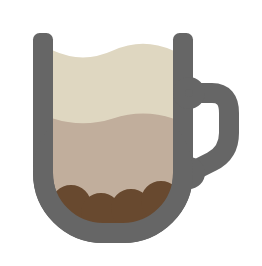
Before: pictures/MuT.drawio in MicroTranslator/MuT, a draw.io diagram. Source tidied: cells renumbered, new cells numbered last; positions are measured from the earlier drawing's top-left corner, leaving out a move shared by most shapes. Both pictures are drawn from the tidied source at 200%, with x=0, y=0 at pixel (32, 32).
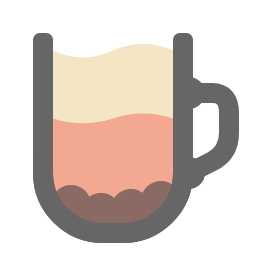
Above is the later version.

Change to the diagram source:
```diff
@@
 <mxGraphModel>
   <root>
     <mxCell id="0" />
     <mxCell id="1" parent="0" />
     <mxCell id="2" style="rounded=0;whiteSpace=wrap;html=1;strokeWidth=5;strokeColor=none;" parent="1" vertex="1">
       <mxGeometry y="20" width="80" height="70" as="geometry" />
     </mxCell>
     <mxCell id="3" style="rounded=1;whiteSpace=wrap;html=1;strokeWidth=12;strokeColor=none;fillColor=#C1AE9C;fontColor=#333333;" parent="1" vertex="1">
       <mxGeometry x="5" y="20" width="70" height="50" as="geometry" />
     </mxCell>
-    <mxCell id="4" style="rounded=1;whiteSpace=wrap;html=1;strokeWidth=10;fillColor=#C1AE9C;fontColor=#333333;strokeColor=#666666;arcSize=50;" parent="1" vertex="1">
+    <mxCell id="4" style="rounded=1;whiteSpace=wrap;html=1;strokeWidth=10;fillColor=#F3A991;fontColor=#333333;strokeColor=#666666;arcSize=50;" parent="1" vertex="1">
       <mxGeometry x="5" y="40" width="70" height="60" as="geometry" />
     </mxCell>
     <mxCell id="5" style="rounded=1;whiteSpace=wrap;html=1;strokeWidth=2;strokeColor=none;fillColor=#666666;fontColor=#333333;arcSize=33;" parent="1" vertex="1">
       <mxGeometry x="70" width="10" height="70" as="geometry" />
     </mxCell>
     <mxCell id="6" style="endArrow=oval;html=1;strokeWidth=10;rounded=1;fillColor=#f5f5f5;strokeColor=#666666;endFill=1;startArrow=oval;startFill=1;" parent="1" edge="1">
       <mxGeometry relative="1" as="geometry">
         <mxPoint x="78" y="70" as="sourcePoint" />
         <mxPoint x="78" y="30" as="targetPoint" />
         <Array as="points">
           <mxPoint x="98" y="60" />
           <mxPoint x="98" y="30" />
         </Array>
       </mxGeometry>
     </mxCell>
     <mxCell id="7" style="rounded=1;whiteSpace=wrap;html=1;strokeWidth=2;strokeColor=none;fillColor=#666666;fontColor=#333333;arcSize=33;" parent="1" vertex="1">
       <mxGeometry width="10" height="70" as="geometry" />
     </mxCell>
-    <mxCell id="8" style="ellipse;whiteSpace=wrap;html=1;rounded=1;strokeColor=#68492F;strokeWidth=10;fontFamily=Helvetica;fontSize=12;fontColor=#333333;fillColor=#C1AE9C;" parent="1" vertex="1">
+    <mxCell id="8" style="ellipse;whiteSpace=wrap;html=1;rounded=1;strokeColor=#8B6A64;strokeWidth=10;fontFamily=Helvetica;fontSize=12;fontColor=#333333;fillColor=#8B6A64;" parent="1" vertex="1">
       <mxGeometry x="14" y="81" width="10" height="10" as="geometry" />
     </mxCell>
-    <mxCell id="9" style="ellipse;whiteSpace=wrap;html=1;rounded=1;strokeColor=#68492F;strokeWidth=10;fontFamily=Helvetica;fontSize=12;fontColor=#333333;fillColor=#C1AE9C;" parent="1" vertex="1">
+    <mxCell id="9" style="ellipse;whiteSpace=wrap;html=1;rounded=1;strokeColor=#8B6A64;strokeWidth=10;fontFamily=Helvetica;fontSize=12;fontColor=#333333;fillColor=#8B6A64;" parent="1" vertex="1">
       <mxGeometry x="29" y="85" width="10" height="10" as="geometry" />
     </mxCell>
-    <mxCell id="10" style="ellipse;whiteSpace=wrap;html=1;rounded=1;strokeColor=#68492F;strokeWidth=10;fontFamily=Helvetica;fontSize=12;fontColor=#333333;fillColor=#C1AE9C;" parent="1" vertex="1">
+    <mxCell id="10" style="ellipse;whiteSpace=wrap;html=1;rounded=1;strokeColor=#8B6A64;strokeWidth=10;fontFamily=Helvetica;fontSize=12;fontColor=#333333;fillColor=#8B6A64;" parent="1" vertex="1">
       <mxGeometry x="44" y="83" width="10" height="10" as="geometry" />
     </mxCell>
-    <mxCell id="11" style="ellipse;whiteSpace=wrap;html=1;rounded=1;strokeColor=#68492F;strokeWidth=10;fontFamily=Helvetica;fontSize=12;fontColor=#333333;fillColor=#C1AE9C;" parent="1" vertex="1">
+    <mxCell id="11" style="ellipse;whiteSpace=wrap;html=1;rounded=1;strokeColor=#8B6A64;strokeWidth=10;fontFamily=Helvetica;fontSize=12;fontColor=#333333;fillColor=#8B6A64;" parent="1" vertex="1">
       <mxGeometry x="59" y="79" width="10" height="10" as="geometry" />
     </mxCell>
     <mxCell id="12" style="rounded=1;whiteSpace=wrap;html=1;strokeWidth=10;fillColor=none;fontColor=#333333;strokeColor=#666666;arcSize=50;" parent="1" vertex="1">
       <mxGeometry x="5" y="40" width="70" height="60" as="geometry" />
     </mxCell>
-    <mxCell id="13" style="shape=document;whiteSpace=wrap;html=1;boundedLbl=1;rotation=-180;gradientColor=none;strokeColor=none;fillColor=#DFD7C1;size=0.16862861378798932;" parent="1" vertex="1">
+    <mxCell id="13" style="shape=document;whiteSpace=wrap;html=1;boundedLbl=1;rotation=-180;gradientColor=none;strokeColor=none;fillColor=#F4E5C5;size=0.16862861378798932;" parent="1" vertex="1">
       <mxGeometry x="10" y="5" width="60" height="45" as="geometry" />
     </mxCell>
-    <mxCell id="14" style="shape=document;whiteSpace=wrap;html=1;boundedLbl=1;rotation=-180;gradientColor=none;strokeColor=none;fillColor=#C1AE9C;size=0.1791450457128709;" parent="1" vertex="1">
+    <mxCell id="14" style="shape=document;whiteSpace=wrap;html=1;boundedLbl=1;rotation=-180;gradientColor=none;strokeColor=none;fillColor=#F3A991;size=0.1791450457128709;" parent="1" vertex="1">
       <mxGeometry x="10" y="40" width="60" height="30" as="geometry" />
     </mxCell>
   </root>
 </mxGraphModel>
```
